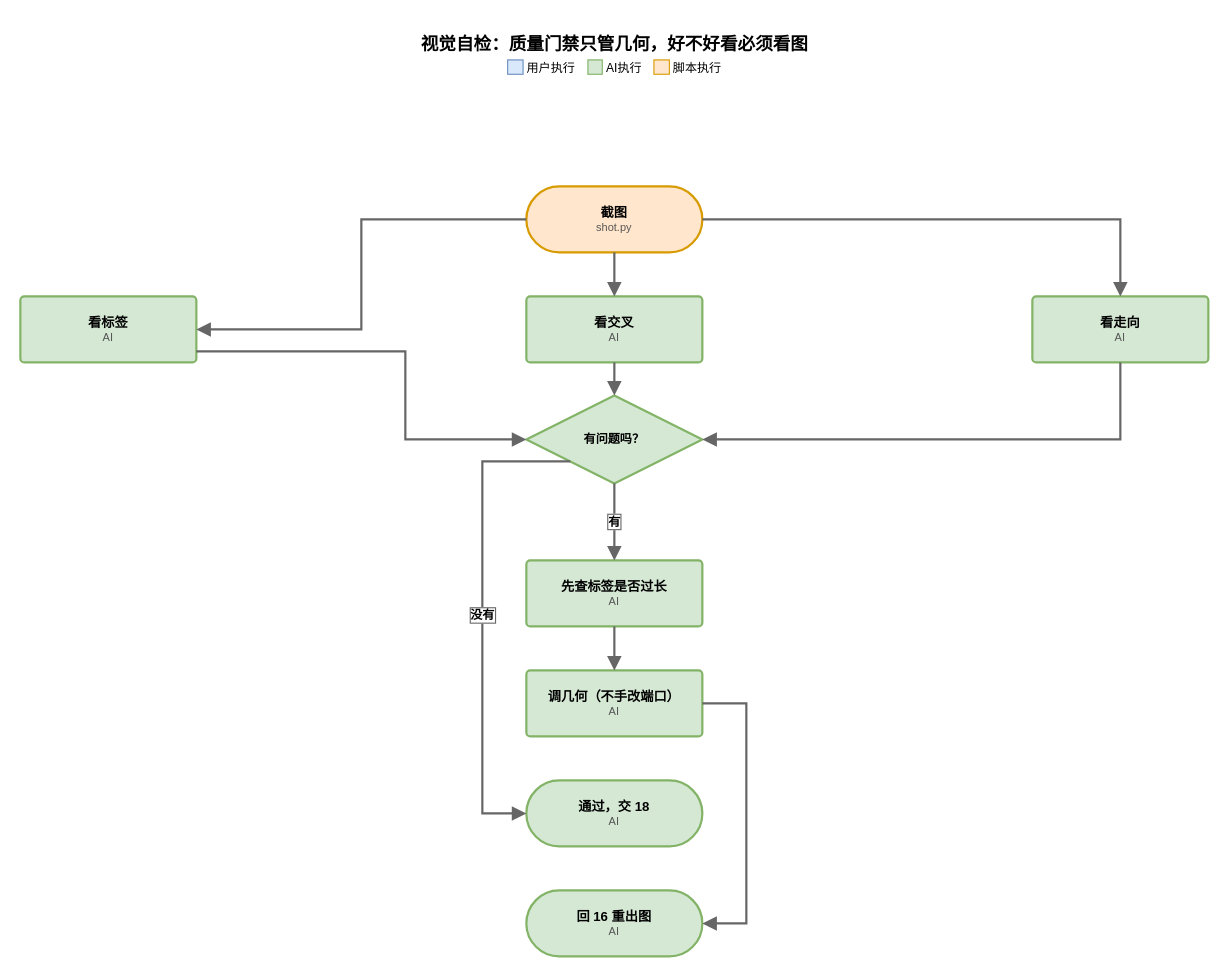
This is page "视觉自检：质量门禁只管几何，好不好看必须看图" (8 of 10) of dev/baseline/workflow/workflow-flow.drawio from Luys521/flowchart-skill, a draw.io file, before an edit. Source tidied: cells renumbered, new cells numbered last; positions are measured from the earlier drawing's top-left corner, leaving out a move shared by most shapes. Both pictures are drawn from the tidied source at 110%, with x=0, y=0 at pixel (20, 19).
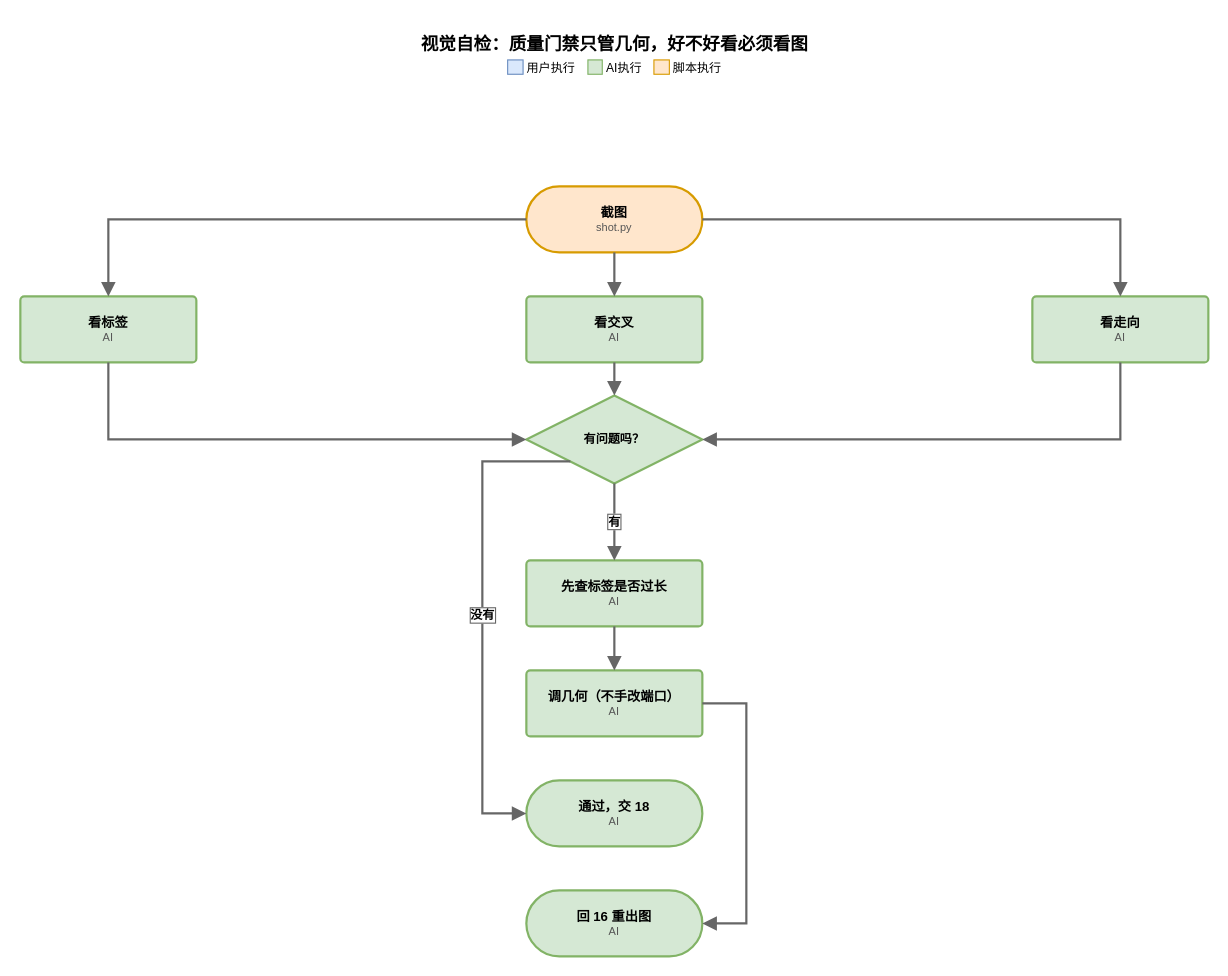
Above is the later version.

Unchanged cells that the change refers to:
```xml
<mxCell id="3" value="&lt;div style=&quot;font-weight:bold;&quot;&gt;截图&lt;/div&gt;&lt;div style=&quot;color:#555555;font-size:10px;&quot;&gt;shot.py&lt;/div&gt;" style="rounded=1;arcSize=50;whiteSpace=wrap;html=1;strokeWidth=2;fontFamily=Microsoft YaHei;verticalAlign=middle;fillColor=#ffe6cc;strokeColor=#d79b00;fontSize=12;flowchartSkillNative=1;" parent="1" vertex="1">
  <mxGeometry x="460" y="152" width="160" height="60" as="geometry" />
</mxCell>
<mxCell id="5" value="&lt;div style=&quot;font-weight:bold;&quot;&gt;看标签&lt;/div&gt;&lt;div style=&quot;color:#555555;font-size:10px;&quot;&gt;AI&lt;/div&gt;" style="rounded=1;arcSize=6;whiteSpace=wrap;html=1;strokeWidth=2;fontFamily=Microsoft YaHei;verticalAlign=middle;fillColor=#d5e8d4;strokeColor=#82b366;fontSize=12;flowchartSkillNative=1;" parent="1" vertex="1">
  <mxGeometry y="252" width="160" height="60" as="geometry" />
</mxCell>
<mxCell id="7" value="&lt;div style=&quot;font-weight:bold;&quot;&gt;有问题吗？&lt;/div&gt;" style="rhombus;whiteSpace=wrap;html=1;strokeWidth=2;fontFamily=Microsoft YaHei;verticalAlign=middle;fillColor=#d5e8d4;strokeColor=#82b366;fontSize=11;flowchartSkillNative=1;" parent="1" vertex="1">
  <mxGeometry x="460" y="342" width="160" height="80" as="geometry" />
</mxCell>
```

The edit, as a diff of the source:
```diff
@@
-    <mxCell id="13" style="edgeStyle=orthogonalEdgeStyle;rounded=0;jettySize=auto;html=1;exitX=0.0;exitY=0.5;entryX=1.0;entryY=0.5;endArrow=block;endFill=1;endSize=8;strokeWidth=2;strokeColor=#666666;fontSize=11;fontStyle=1;fontFamily=Microsoft YaHei;labelBackgroundColor=#ffffff;labelBorderColor=#666666;" parent="1" edge="1" source="3" target="5">
+    <mxCell id="13" style="edgeStyle=orthogonalEdgeStyle;rounded=0;jettySize=auto;html=1;exitX=0.0;exitY=0.5;entryX=0.5;entryY=0.0;endArrow=block;endFill=1;endSize=8;strokeWidth=2;strokeColor=#666666;fontSize=11;fontStyle=1;fontFamily=Microsoft YaHei;labelBackgroundColor=#ffffff;labelBorderColor=#666666;" parent="1" edge="1" source="3" target="5">
       <mxGeometry relative="1" as="geometry">
         <Array as="points">
-          <mxPoint x="310" y="182" />
-          <mxPoint x="310" y="282" />
+          <mxPoint x="80" y="182" />
         </Array>
       </mxGeometry>
     </mxCell>
@@
-    <mxCell id="16" style="edgeStyle=orthogonalEdgeStyle;rounded=0;jettySize=auto;html=1;exitX=1.0;exitY=0.8333;entryX=0.0;entryY=0.5;endArrow=block;endFill=1;endSize=8;strokeWidth=2;strokeColor=#666666;fontSize=11;fontStyle=1;fontFamily=Microsoft YaHei;labelBackgroundColor=#ffffff;labelBorderColor=#666666;" parent="1" edge="1" source="5" target="7">
+    <mxCell id="16" style="edgeStyle=orthogonalEdgeStyle;rounded=0;jettySize=auto;html=1;exitX=0.5;exitY=1.0;entryX=0.0;entryY=0.5;endArrow=block;endFill=1;endSize=8;strokeWidth=2;strokeColor=#666666;fontSize=11;fontStyle=1;fontFamily=Microsoft YaHei;labelBackgroundColor=#ffffff;labelBorderColor=#666666;" parent="1" edge="1" source="5" target="7">
       <mxGeometry relative="1" as="geometry">
         <Array as="points">
-          <mxPoint x="350" y="302" />
-          <mxPoint x="350" y="382" />
+          <mxPoint x="80" y="382" />
         </Array>
       </mxGeometry>
     </mxCell>
```
